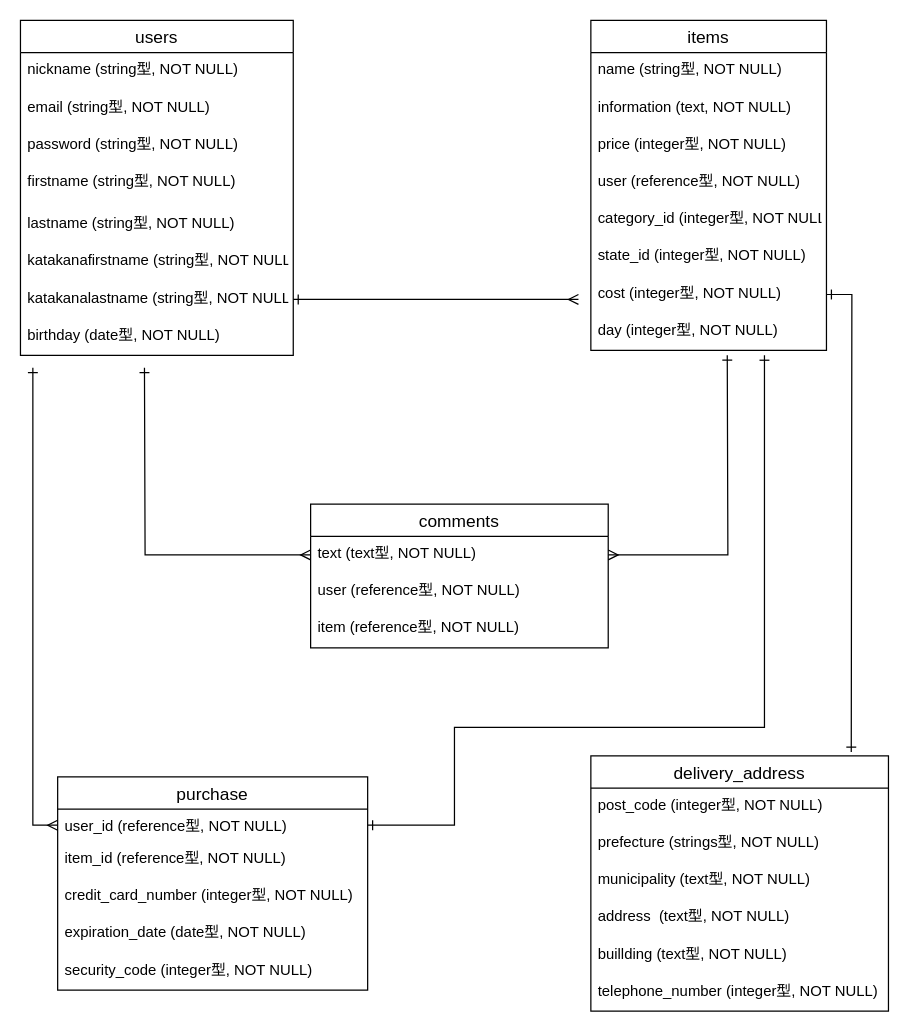
87takakura/furima-31513 keeps this draw.io diagram as ERurima.dio. Above is the earlier version. Source tidied: cells renumbered, new cells numbered last; positions are measured from the earlier drawing's top-left corner, leaving out a move shared by most shapes. Both pictures are drawn from the tidied source at 124%, with x=0, y=0 at pixel (20, 20).
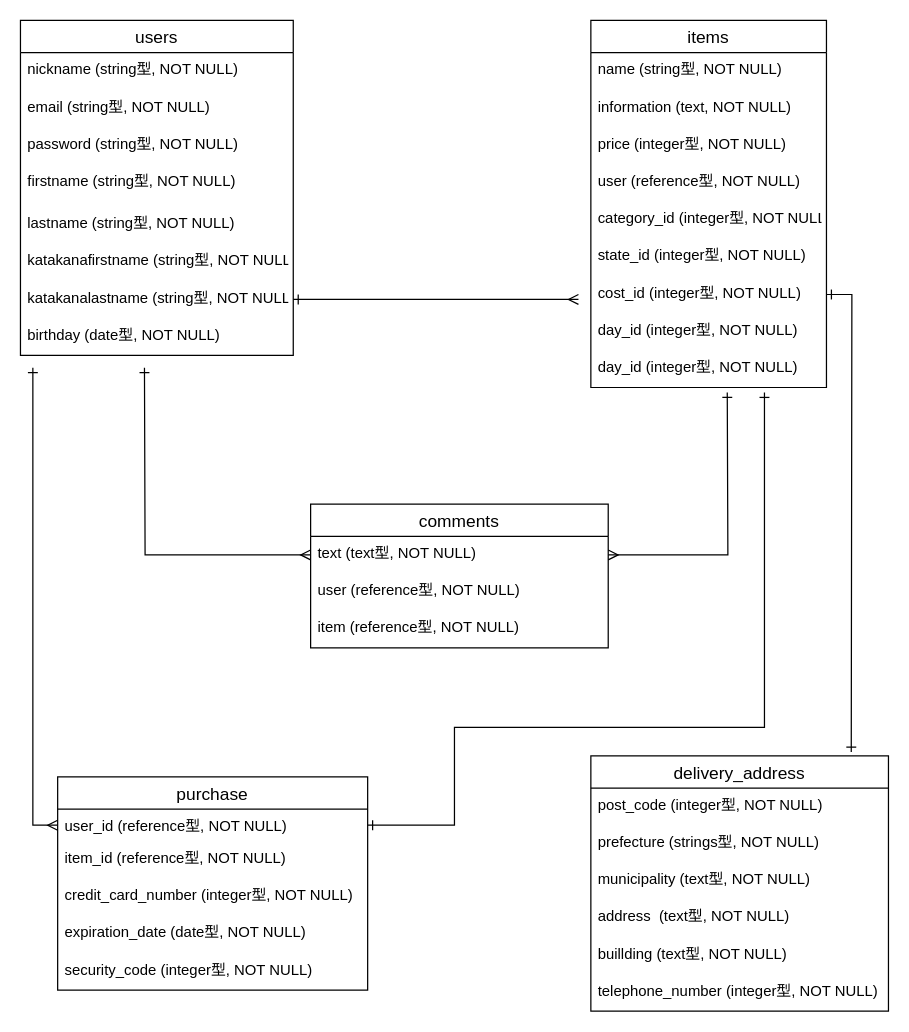
The same page after the edit.

Commit message (it also covers changes not shown here):
データベース作成ー修正2

The change refers to these unchanged cells:
```xml
<mxCell id="21" value="text (text型, NOT NULL)" style="text;strokeColor=none;fillColor=none;spacingLeft=4;spacingRight=4;overflow=hidden;points=[[0,0.5],[1,0.5]];portConstraint=eastwest;fontSize=12;" parent="20" vertex="1">
  <mxGeometry y="26" width="240" height="30" as="geometry" />
</mxCell>
<mxCell id="28" value="user_id (reference型, NOT NULL)" style="text;strokeColor=none;fillColor=none;spacingLeft=4;spacingRight=4;overflow=hidden;points=[[0,0.5],[1,0.5]];portConstraint=eastwest;fontSize=12;" parent="27" vertex="1">
  <mxGeometry y="26" width="250" height="26" as="geometry" />
</mxCell>
```

What changed in the source:
```diff
@@
     <mxCell id="11" value="items" style="swimlane;fontStyle=0;horizontal=1;startSize=26;align=center;fontSize=14;" parent="1" vertex="1">
-      <mxGeometry x="460" width="190" height="266" as="geometry" />
+      <mxGeometry x="460" width="190" height="296" as="geometry" />
     </mxCell>
@@
-    <mxCell id="18" value="cost (integer型, NOT NULL)" style="text;strokeColor=none;fillColor=none;spacingLeft=4;spacingRight=4;overflow=hidden;points=[[0,0.5],[1,0.5]];portConstraint=eastwest;fontSize=12;" parent="11" vertex="1">
+    <mxCell id="18" value="cost_id (integer型, NOT NULL)" style="text;strokeColor=none;fillColor=none;spacingLeft=4;spacingRight=4;overflow=hidden;points=[[0,0.5],[1,0.5]];portConstraint=eastwest;fontSize=12;" parent="11" vertex="1">
       <mxGeometry y="206" width="190" height="30" as="geometry" />
     </mxCell>
-    <mxCell id="19" value="day (integer型, NOT NULL)" style="text;strokeColor=none;fillColor=none;spacingLeft=4;spacingRight=4;overflow=hidden;fontSize=12;" parent="11" vertex="1">
+    <mxCell id="19" value="day_id (integer型, NOT NULL)" style="text;strokeColor=none;fillColor=none;spacingLeft=4;spacingRight=4;overflow=hidden;fontSize=12;" parent="11" vertex="1">
       <mxGeometry y="236" width="190" height="30" as="geometry" />
     </mxCell>
+    <mxCell id="43" value="day_id (integer型, NOT NULL)" style="text;strokeColor=none;fillColor=none;spacingLeft=4;spacingRight=4;overflow=hidden;fontSize=12;" parent="11" vertex="1">
+      <mxGeometry y="266" width="190" height="30" as="geometry" />
+    </mxCell>
@@
     <mxCell id="26" style="edgeStyle=orthogonalEdgeStyle;rounded=0;jumpSize=7;jettySize=auto;html=1;exitX=1;exitY=0.5;exitDx=0;exitDy=0;startArrow=ERmany;startFill=0;endArrow=ERone;endFill=0;" parent="1" edge="1" source="21">
       <mxGeometry relative="1" as="geometry">
-        <mxPoint x="570" y="270" as="targetPoint" />
+        <mxPoint x="570" y="300" as="targetPoint" />
       </mxGeometry>
     </mxCell>
@@
     <mxCell id="41" style="edgeStyle=orthogonalEdgeStyle;rounded=0;jettySize=auto;html=1;exitX=1;exitY=0.5;exitDx=0;exitDy=0;startArrow=ERone;startFill=0;endArrow=ERone;endFill=0;" parent="1" edge="1" source="28">
       <mxGeometry relative="1" as="geometry">
-        <mxPoint x="600" y="270" as="targetPoint" />
+        <mxPoint x="600" y="300" as="targetPoint" />
         <Array as="points">
           <mxPoint x="350" y="649" />
           <mxPoint x="350" y="570" />
           <mxPoint x="600" y="570" />
         </Array>
       </mxGeometry>
     </mxCell>
```
